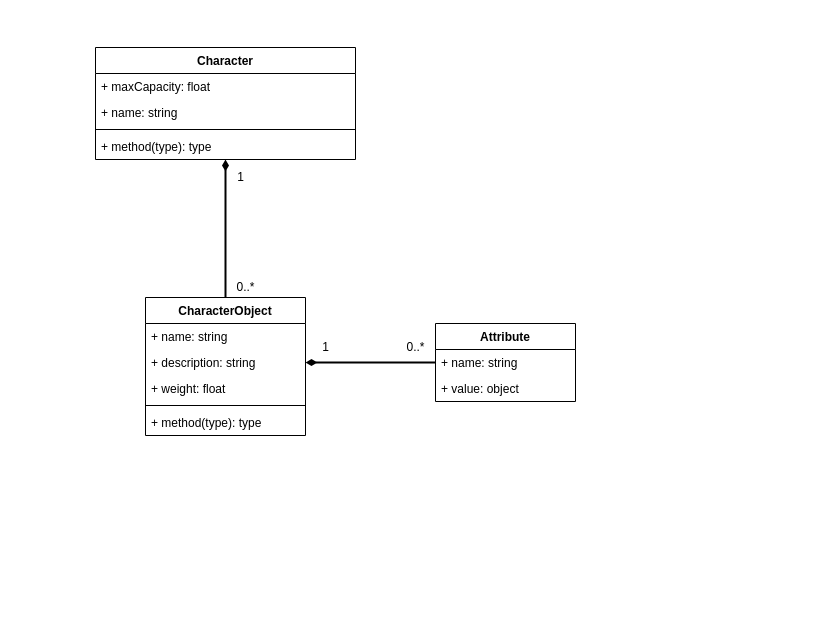
Earlier version of the draw.io diagram UML-classes diagram.drawio (nickasdf/Character-system). Source tidied: cells renumbered, new cells numbered last; positions are measured from the earlier drawing's top-left corner, leaving out a move shared by most shapes. Both pictures are drawn from the tidied source at 100%, with x=0, y=0 at pixel (95, 47).
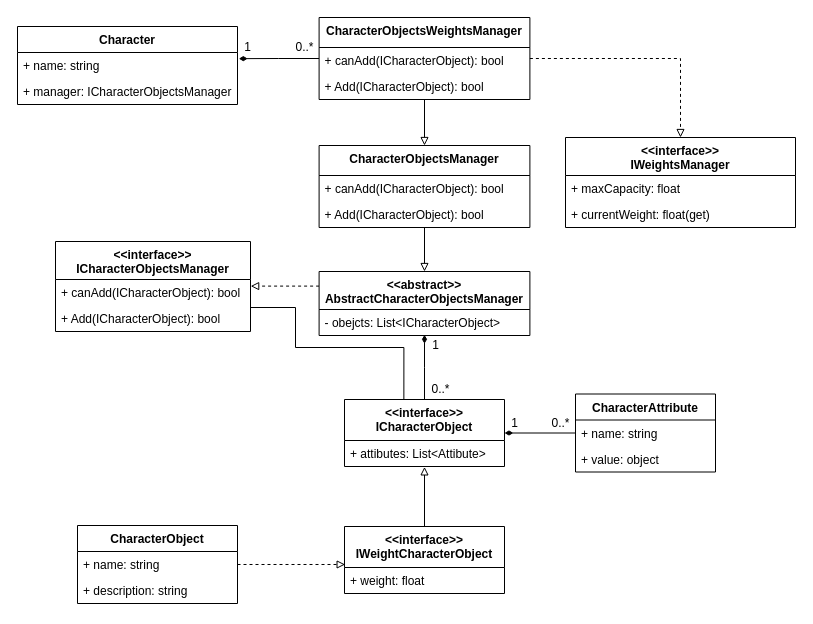
The same page after the edit.

Commit message (it also covers changes not shown here):
Class diagram

Unchanged cells that the change refers to:
```xml
<mxCell id="4" value="+ description: string" style="text;strokeColor=none;fillColor=none;align=left;verticalAlign=top;spacingLeft=4;spacingRight=4;overflow=hidden;points=[[0,0.5],[1,0.5]];portConstraint=eastwest;" parent="2" vertex="1">
  <mxGeometry y="52" width="160" height="26" as="geometry" />
</mxCell>
<mxCell id="15" value="+ name: string" style="text;strokeColor=none;fillColor=none;align=left;verticalAlign=top;spacingLeft=4;spacingRight=4;overflow=hidden;points=[[0,0.5],[1,0.5]];portConstraint=eastwest;" parent="14" vertex="1">
  <mxGeometry y="26" width="140" height="26" as="geometry" />
</mxCell>
```

The edit, as a diff of the source:
```diff
@@
+    <mxCell id="22" style="edgeStyle=orthogonalEdgeStyle;rounded=0;jettySize=auto;html=1;entryX=0.004;entryY=0.567;entryDx=0;entryDy=0;dashed=1;endArrow=block;endFill=0;entryPerimeter=0;" parent="1" edge="1" source="2" target="42">
+      <mxGeometry relative="1" as="geometry" />
+    </mxCell>
     <mxCell id="2" value="CharacterObject" style="swimlane;fontStyle=1;align=center;verticalAlign=top;horizontal=1;startSize=26;" parent="1" vertex="1">
-      <mxGeometry x="50" y="250" width="160" height="138" as="geometry" />
+      <mxGeometry x="-18" y="478" width="160" height="78" as="geometry" />
     </mxCell>
@@
-    <mxCell id="5" value="+ weight: float" style="text;strokeColor=none;fillColor=none;align=left;verticalAlign=top;spacingLeft=4;spacingRight=4;overflow=hidden;" parent="2" vertex="1">
-      <mxGeometry y="78" width="160" height="26" as="geometry" />
-    </mxCell>
-    <mxCell id="6" style="line;strokeWidth=1;fillColor=none;align=left;verticalAlign=middle;spacingTop=-1;spacingLeft=3;spacingRight=3;labelPosition=right;" parent="2" vertex="1">
-      <mxGeometry y="104" width="160" height="8" as="geometry" />
-    </mxCell>
-    <mxCell id="7" value="+ method(type): type" style="text;strokeColor=none;fillColor=none;align=left;verticalAlign=top;spacingLeft=4;spacingRight=4;overflow=hidden;" parent="2" vertex="1">
-      <mxGeometry y="112" width="160" height="26" as="geometry" />
-    </mxCell>
-    <mxCell id="8" style="edgeStyle=orthogonalEdgeStyle;rounded=0;jettySize=auto;html=1;entryX=0.5;entryY=0;entryDx=0;entryDy=0;startArrow=diamondThin;startFill=1;endArrow=none;endFill=0;strokeWidth=2;" parent="1" edge="1" source="9" target="2">
-      <mxGeometry relative="1" as="geometry" />
-    </mxCell>
     <mxCell id="9" value="Character" style="swimlane;fontStyle=1;align=center;verticalAlign=top;horizontal=1;startSize=26;" parent="1" vertex="1">
-      <mxGeometry width="260" height="112" as="geometry" />
+      <mxGeometry x="-78" y="-21" width="220" height="78" as="geometry" />
     </mxCell>
-    <mxCell id="10" value="+ maxCapacity: float" style="text;strokeColor=none;fillColor=none;align=left;verticalAlign=top;spacingLeft=4;spacingRight=4;overflow=hidden;" parent="9" vertex="1">
-      <mxGeometry y="26" width="260" height="26" as="geometry" />
-    </mxCell>
+    <mxCell id="23" value="+ name: string" style="text;strokeColor=none;fillColor=none;align=left;verticalAlign=top;spacingLeft=4;spacingRight=4;overflow=hidden;points=[[0,0.5],[1,0.5]];portConstraint=eastwest;" parent="9" vertex="1">
+      <mxGeometry y="26" width="220" height="26" as="geometry" />
+    </mxCell>
-    <mxCell id="11" value="+ name: string" style="text;strokeColor=none;fillColor=none;align=left;verticalAlign=top;spacingLeft=4;spacingRight=4;overflow=hidden;" parent="9" vertex="1">
-      <mxGeometry y="52" width="260" height="26" as="geometry" />
+    <mxCell id="11" value="+ manager: ICharacterObjectsManager" style="text;strokeColor=none;fillColor=none;align=left;verticalAlign=top;spacingLeft=4;spacingRight=4;overflow=hidden;" parent="9" vertex="1">
+      <mxGeometry y="52" width="220" height="26" as="geometry" />
     </mxCell>
-    <mxCell id="12" style="line;strokeWidth=1;fillColor=none;align=left;verticalAlign=middle;spacingTop=-1;spacingLeft=3;spacingRight=3;labelPosition=right;" parent="9" vertex="1">
-      <mxGeometry y="78" width="260" height="8" as="geometry" />
-    </mxCell>
-    <mxCell id="13" value="+ method(type): type" style="text;strokeColor=none;fillColor=none;align=left;verticalAlign=top;spacingLeft=4;spacingRight=4;overflow=hidden;" parent="9" vertex="1">
-      <mxGeometry y="86" width="260" height="26" as="geometry" />
-    </mxCell>
+    <mxCell id="24" style="edgeStyle=orthogonalEdgeStyle;rounded=0;jettySize=auto;html=1;entryX=1;entryY=0.5;entryDx=0;entryDy=0;endArrow=diamondThin;endFill=1;" parent="1" edge="1" source="14" target="26">
+      <mxGeometry relative="1" as="geometry" />
+    </mxCell>
-    <mxCell id="14" value="Attribute" style="swimlane;fontStyle=1;horizontal=1;startSize=26;fillColor=none;" parent="1" vertex="1">
-      <mxGeometry x="340" y="276" width="140" height="78" as="geometry" />
+    <mxCell id="14" value="CharacterAttribute" style="swimlane;fontStyle=1;horizontal=1;startSize=26;fillColor=none;" parent="1" vertex="1">
+      <mxGeometry x="480" y="346.5" width="140" height="78" as="geometry" />
     </mxCell>
@@
-    <mxCell id="17" style="edgeStyle=orthogonalEdgeStyle;rounded=0;jettySize=auto;html=1;entryX=0;entryY=0.5;entryDx=0;entryDy=0;endArrow=none;endFill=0;startArrow=diamondThin;startFill=1;strokeWidth=2;" parent="1" edge="1" source="4" target="15">
-      <mxGeometry relative="1" as="geometry" />
-    </mxCell>
-    <mxCell id="18" value="1" style="text;html=1;align=center;verticalAlign=middle;strokeColor=none;fillColor=none;" parent="1" vertex="1">
-      <mxGeometry x="220" y="290" width="20" height="20" as="geometry" />
-    </mxCell>
-    <mxCell id="19" value="0..*" style="text;html=1;align=center;verticalAlign=middle;strokeColor=none;fillColor=none;" parent="1" vertex="1">
-      <mxGeometry x="305" y="290" width="30" height="20" as="geometry" />
-    </mxCell>
-    <mxCell id="20" value="1" style="text;html=1;align=center;verticalAlign=middle;strokeColor=none;fillColor=none;" parent="1" vertex="1">
-      <mxGeometry x="135" y="120" width="20" height="20" as="geometry" />
-    </mxCell>
-    <mxCell id="21" value="0..*" style="text;html=1;align=center;verticalAlign=middle;strokeColor=none;fillColor=none;" parent="1" vertex="1">
-      <mxGeometry x="135" y="230" width="30" height="20" as="geometry" />
-    </mxCell>
+    <mxCell id="25" style="edgeStyle=orthogonalEdgeStyle;rounded=0;jettySize=auto;html=1;entryX=0.517;entryY=0.973;entryDx=0;entryDy=0;entryPerimeter=0;endArrow=diamondThin;endFill=1;" parent="1" edge="1" source="26">
+      <mxGeometry relative="1" as="geometry">
+        <mxPoint x="329" y="287.3" as="targetPoint" />
+      </mxGeometry>
+    </mxCell>
+    <mxCell id="26" value="&lt;&lt;interface&gt;&gt;&#10;ICharacterObject" style="swimlane;fontStyle=1;align=center;verticalAlign=top;horizontal=1;startSize=41;" parent="1" vertex="1">
+      <mxGeometry x="249" y="352" width="160" height="67" as="geometry" />
+    </mxCell>
+    <mxCell id="27" value="+ attibutes: List&lt;Attibute&gt;" style="text;strokeColor=none;fillColor=none;align=left;verticalAlign=top;spacingLeft=4;spacingRight=4;overflow=hidden;points=[[0,0.5],[1,0.5]];portConstraint=eastwest;" parent="26" vertex="1">
+      <mxGeometry y="41" width="160" height="26" as="geometry" />
+    </mxCell>
+    <mxCell id="28" style="edgeStyle=orthogonalEdgeStyle;rounded=0;jettySize=auto;html=1;entryX=0.371;entryY=-0.002;entryDx=0;entryDy=0;entryPerimeter=0;endArrow=none;endFill=0;" parent="1" edge="1" source="29" target="26">
+      <mxGeometry relative="1" as="geometry">
+        <Array as="points">
+          <mxPoint x="200" y="260" />
+          <mxPoint x="200" y="300" />
+          <mxPoint x="308" y="300" />
+        </Array>
+      </mxGeometry>
+    </mxCell>
+    <mxCell id="29" value="&lt;&lt;interface&gt;&gt;&#10;ICharacterObjectsManager" style="swimlane;fontStyle=1;align=center;verticalAlign=top;horizontal=1;startSize=38;" parent="1" vertex="1">
+      <mxGeometry x="-40" y="194" width="195" height="90" as="geometry" />
+    </mxCell>
+    <mxCell id="30" value="+ canAdd(ICharacterObject): bool" style="text;strokeColor=none;fillColor=none;align=left;verticalAlign=top;spacingLeft=4;spacingRight=4;overflow=hidden;points=[[0,0.5],[1,0.5]];portConstraint=eastwest;fontStyle=0;" parent="29" vertex="1">
+      <mxGeometry y="38" width="195" height="26" as="geometry" />
+    </mxCell>
+    <mxCell id="31" value="+ Add(ICharacterObject): bool" style="text;strokeColor=none;fillColor=none;align=left;verticalAlign=top;spacingLeft=4;spacingRight=4;overflow=hidden;fontStyle=0;" parent="29" vertex="1">
+      <mxGeometry y="64" width="195" height="26" as="geometry" />
+    </mxCell>
+    <mxCell id="32" style="edgeStyle=orthogonalEdgeStyle;rounded=0;jettySize=auto;html=1;entryX=1.001;entryY=0.254;entryDx=0;entryDy=0;entryPerimeter=0;dashed=1;endArrow=block;endFill=0;" parent="1" edge="1" source="33" target="30">
+      <mxGeometry relative="1" as="geometry">
+        <Array as="points">
+          <mxPoint x="189" y="239" />
+        </Array>
+      </mxGeometry>
+    </mxCell>
+    <mxCell id="33" value="&lt;&lt;abstract&gt;&gt;&#10;AbstractCharacterObjectsManager" style="swimlane;fontStyle=1;align=center;verticalAlign=top;horizontal=1;startSize=38;" parent="1" vertex="1">
+      <mxGeometry x="223.6" y="224" width="210.8" height="64" as="geometry" />
+    </mxCell>
+    <mxCell id="34" value="- obejcts: List&lt;ICharacterObject&gt;" style="text;strokeColor=none;fillColor=none;align=left;verticalAlign=top;spacingLeft=4;spacingRight=4;overflow=hidden;" parent="33" vertex="1">
+      <mxGeometry y="38" width="210.8" height="26" as="geometry" />
+    </mxCell>
+    <mxCell id="35" style="edgeStyle=orthogonalEdgeStyle;rounded=0;jettySize=auto;html=1;entryX=0.5;entryY=0;entryDx=0;entryDy=0;endArrow=block;endFill=0;" parent="1" edge="1" source="36" target="33">
+      <mxGeometry relative="1" as="geometry" />
+    </mxCell>
+    <mxCell id="36" value="CharacterObjectsManager" style="swimlane;fontStyle=1;align=center;verticalAlign=top;horizontal=1;startSize=30;" parent="1" vertex="1">
+      <mxGeometry x="223.6" y="98" width="210.8" height="82" as="geometry" />
+    </mxCell>
+    <mxCell id="37" value="+ canAdd(ICharacterObject): bool" style="text;strokeColor=none;fillColor=none;align=left;verticalAlign=top;spacingLeft=4;spacingRight=4;overflow=hidden;fontStyle=0;" parent="36" vertex="1">
+      <mxGeometry y="30" width="210.8" height="26" as="geometry" />
+    </mxCell>
+    <mxCell id="38" value="+ Add(ICharacterObject): bool" style="text;strokeColor=none;fillColor=none;align=left;verticalAlign=top;spacingLeft=4;spacingRight=4;overflow=hidden;fontStyle=0;" parent="36" vertex="1">
+      <mxGeometry y="56" width="210.8" height="26" as="geometry" />
+    </mxCell>
+    <mxCell id="39" value="&lt;&lt;interface&gt;&gt;&#10;IWeightsManager" style="swimlane;fontStyle=1;align=center;verticalAlign=top;horizontal=1;startSize=38;" parent="1" vertex="1">
+      <mxGeometry x="470" y="90" width="230" height="90" as="geometry" />
+    </mxCell>
+    <mxCell id="10" value="+ maxCapacity: float" style="text;strokeColor=none;fillColor=none;align=left;verticalAlign=top;spacingLeft=4;spacingRight=4;overflow=hidden;fontStyle=0;" parent="39" vertex="1">
+      <mxGeometry y="38" width="230" height="26" as="geometry" />
+    </mxCell>
+    <mxCell id="40" value="+ currentWeight: float(get)" style="text;strokeColor=none;fillColor=none;align=left;verticalAlign=top;spacingLeft=4;spacingRight=4;overflow=hidden;fontStyle=0;" parent="39" vertex="1">
+      <mxGeometry y="64" width="230" height="26" as="geometry" />
+    </mxCell>
+    <mxCell id="41" style="edgeStyle=orthogonalEdgeStyle;rounded=0;jettySize=auto;html=1;entryX=0.5;entryY=1.015;entryDx=0;entryDy=0;entryPerimeter=0;endArrow=block;endFill=0;" parent="1" edge="1" source="42" target="27">
+      <mxGeometry relative="1" as="geometry" />
+    </mxCell>
+    <mxCell id="42" value="&lt;&lt;interface&gt;&gt;&#10;IWeightCharacterObject" style="swimlane;fontStyle=1;align=center;verticalAlign=top;horizontal=1;startSize=41;" parent="1" vertex="1">
+      <mxGeometry x="249" y="479" width="160" height="67" as="geometry" />
+    </mxCell>
+    <mxCell id="5" value="+ weight: float" style="text;strokeColor=none;fillColor=none;align=left;verticalAlign=top;spacingLeft=4;spacingRight=4;overflow=hidden;" parent="42" vertex="1">
+      <mxGeometry y="41" width="160" height="26" as="geometry" />
+    </mxCell>
+    <mxCell id="43" style="edgeStyle=orthogonalEdgeStyle;rounded=0;jettySize=auto;html=1;entryX=0.5;entryY=0;entryDx=0;entryDy=0;endArrow=block;endFill=0;" parent="1" edge="1" source="46" target="36">
+      <mxGeometry relative="1" as="geometry" />
+    </mxCell>
+    <mxCell id="44" style="edgeStyle=orthogonalEdgeStyle;rounded=0;jettySize=auto;html=1;endArrow=block;endFill=0;dashed=1;" parent="1" edge="1" source="46" target="39">
+      <mxGeometry relative="1" as="geometry" />
+    </mxCell>
+    <mxCell id="45" style="edgeStyle=orthogonalEdgeStyle;rounded=0;jettySize=auto;html=1;endArrow=diamondThin;endFill=1;entryX=1.006;entryY=0.237;entryDx=0;entryDy=0;entryPerimeter=0;" parent="1" edge="1" source="46" target="23">
+      <mxGeometry relative="1" as="geometry" />
+    </mxCell>
+    <mxCell id="46" value="CharacterObjectsWeightsManager" style="swimlane;fontStyle=1;align=center;verticalAlign=top;horizontal=1;startSize=30;" parent="1" vertex="1">
+      <mxGeometry x="223.6" y="-30" width="210.8" height="82" as="geometry" />
+    </mxCell>
+    <mxCell id="47" value="+ canAdd(ICharacterObject): bool" style="text;strokeColor=none;fillColor=none;align=left;verticalAlign=top;spacingLeft=4;spacingRight=4;overflow=hidden;fontStyle=0;" parent="46" vertex="1">
+      <mxGeometry y="30" width="210.8" height="26" as="geometry" />
+    </mxCell>
+    <mxCell id="48" value="+ Add(ICharacterObject): bool" style="text;strokeColor=none;fillColor=none;align=left;verticalAlign=top;spacingLeft=4;spacingRight=4;overflow=hidden;fontStyle=0;" parent="46" vertex="1">
+      <mxGeometry y="56" width="210.8" height="26" as="geometry" />
+    </mxCell>
+    <mxCell id="49" value="1" style="text;html=1;align=center;verticalAlign=middle;strokeColor=none;fillColor=none;" parent="1" vertex="1">
+      <mxGeometry x="409" y="366" width="20" height="20" as="geometry" />
+    </mxCell>
+    <mxCell id="50" value="0..*" style="text;html=1;align=center;verticalAlign=middle;strokeColor=none;fillColor=none;" parent="1" vertex="1">
+      <mxGeometry x="450" y="366" width="30" height="20" as="geometry" />
+    </mxCell>
+    <mxCell id="51" value="1" style="text;html=1;align=center;verticalAlign=middle;strokeColor=none;fillColor=none;" parent="1" vertex="1">
+      <mxGeometry x="330" y="288" width="20" height="20" as="geometry" />
+    </mxCell>
+    <mxCell id="52" value="0..*" style="text;html=1;align=center;verticalAlign=middle;strokeColor=none;fillColor=none;" parent="1" vertex="1">
+      <mxGeometry x="330" y="332" width="30" height="20" as="geometry" />
+    </mxCell>
+    <mxCell id="53" value="1" style="text;html=1;align=center;verticalAlign=middle;strokeColor=none;fillColor=none;" parent="1" vertex="1">
+      <mxGeometry x="142" y="-10" width="20" height="20" as="geometry" />
+    </mxCell>
+    <mxCell id="54" value="0..*" style="text;html=1;align=center;verticalAlign=middle;strokeColor=none;fillColor=none;" parent="1" vertex="1">
+      <mxGeometry x="193.6" y="-10" width="30" height="20" as="geometry" />
+    </mxCell>
```
